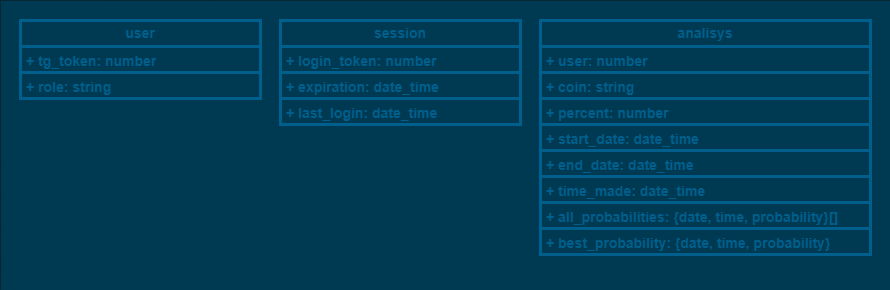
alarmichanin/crypto_analyzer keeps this draw.io diagram as diagrams/entity_diagram.png. Above is the earlier version. Source tidied: cells renumbered, new cells last; positions are measured from the earlier drawing's top-left corner, leaving out a move shared by most shapes.
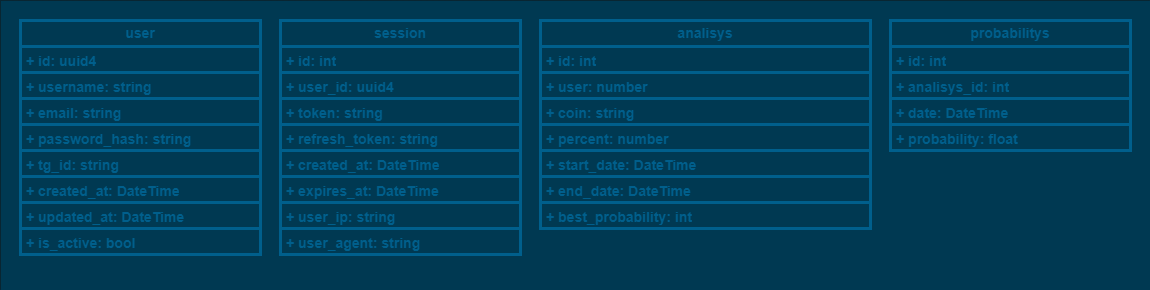
After the commit.

Change to the diagram source:
```diff
@@ -2,56 +2,101 @@
   <root>
     <mxCell id="0" />
     <mxCell id="1" parent="0" />
-    <mxCell id="2" style="rounded=0;whiteSpace=wrap;html=1;strokeColor=none;fillColor=light-dark(#000000,#003952);" parent="1" vertex="1">
-      <mxGeometry width="890" height="290" as="geometry" />
-    </mxCell>
+    <mxCell id="19" style="rounded=0;whiteSpace=wrap;html=1;strokeColor=none;fillColor=light-dark(#000000,#003952);" parent="1" vertex="1">
+      <mxGeometry width="1150" height="290" as="geometry" />
+    </mxCell>
     <mxCell id="3" value="user" style="swimlane;fontStyle=1;horizontal=1;startSize=26;fillColor=light-dark(#000000,#003952);whiteSpace=wrap;html=1;strokeWidth=3;strokeColor=light-dark(#000000,#005F8C);fontSize=14;fontColor=light-dark(#000000,#005F8C);" parent="1" vertex="1">
-      <mxGeometry x="20" y="20" width="240" height="78" as="geometry" />
+      <mxGeometry x="20" y="20" width="240" height="234" as="geometry" />
     </mxCell>
-    <mxCell id="4" value="&lt;div&gt;+ tg_token: number&lt;/div&gt;" style="text;strokeColor=light-dark(#000000,#005F8C);fillColor=light-dark(#000000,#003952);align=left;verticalAlign=top;spacingLeft=4;spacingRight=4;overflow=hidden;whiteSpace=wrap;html=1;strokeWidth=3;fontSize=14;fontStyle=1;fontColor=light-dark(#000000,#005F8C);" parent="3" vertex="1">
-      <mxGeometry y="26" width="240" height="26" as="geometry" />
-    </mxCell>
-    <mxCell id="5" value="+ role: string" style="text;strokeColor=light-dark(#000000,#005F8C);fillColor=light-dark(#000000,#003952);align=left;verticalAlign=top;spacingLeft=4;spacingRight=4;overflow=hidden;whiteSpace=wrap;html=1;strokeWidth=3;fontSize=14;fontStyle=1;fontColor=light-dark(#000000,#005F8C);" parent="3" vertex="1">
-      <mxGeometry y="52" width="240" height="26" as="geometry" />
-    </mxCell>
+    <mxCell id="20" value="&lt;div&gt;+ id: uuid4&lt;/div&gt;" style="text;strokeColor=light-dark(#000000,#005F8C);fillColor=light-dark(#000000,#003952);align=left;verticalAlign=top;spacingLeft=4;spacingRight=4;overflow=hidden;whiteSpace=wrap;html=1;strokeWidth=3;fontSize=14;fontStyle=1;fontColor=light-dark(#000000,#005F8C);" parent="3" vertex="1">
+      <mxGeometry y="26" width="240" height="26" as="geometry" />
+    </mxCell>
+    <mxCell id="21" value="&lt;div&gt;+ username: string&lt;/div&gt;" style="text;strokeColor=light-dark(#000000,#005F8C);fillColor=light-dark(#000000,#003952);align=left;verticalAlign=top;spacingLeft=4;spacingRight=4;overflow=hidden;whiteSpace=wrap;html=1;strokeWidth=3;fontSize=14;fontStyle=1;fontColor=light-dark(#000000,#005F8C);" parent="3" vertex="1">
+      <mxGeometry y="52" width="240" height="26" as="geometry" />
+    </mxCell>
+    <mxCell id="22" value="+ email: string" style="text;strokeColor=light-dark(#000000,#005F8C);fillColor=light-dark(#000000,#003952);align=left;verticalAlign=top;spacingLeft=4;spacingRight=4;overflow=hidden;whiteSpace=wrap;html=1;strokeWidth=3;fontSize=14;fontStyle=1;fontColor=light-dark(#000000,#005F8C);" parent="3" vertex="1">
+      <mxGeometry y="78" width="240" height="26" as="geometry" />
+    </mxCell>
+    <mxCell id="23" value="&lt;div&gt;+ password_hash: string&lt;/div&gt;" style="text;strokeColor=light-dark(#000000,#005F8C);fillColor=light-dark(#000000,#003952);align=left;verticalAlign=top;spacingLeft=4;spacingRight=4;overflow=hidden;whiteSpace=wrap;html=1;strokeWidth=3;fontSize=14;fontStyle=1;fontColor=light-dark(#000000,#005F8C);" parent="3" vertex="1">
+      <mxGeometry y="104" width="240" height="26" as="geometry" />
+    </mxCell>
+    <mxCell id="24" value="&lt;div&gt;+ tg_id: string&lt;/div&gt;" style="text;strokeColor=light-dark(#000000,#005F8C);fillColor=light-dark(#000000,#003952);align=left;verticalAlign=top;spacingLeft=4;spacingRight=4;overflow=hidden;whiteSpace=wrap;html=1;strokeWidth=3;fontSize=14;fontStyle=1;fontColor=light-dark(#000000,#005F8C);" parent="3" vertex="1">
+      <mxGeometry y="130" width="240" height="26" as="geometry" />
+    </mxCell>
+    <mxCell id="25" value="&lt;div&gt;+ created_at: DateTime&lt;/div&gt;" style="text;strokeColor=light-dark(#000000,#005F8C);fillColor=light-dark(#000000,#003952);align=left;verticalAlign=top;spacingLeft=4;spacingRight=4;overflow=hidden;whiteSpace=wrap;html=1;strokeWidth=3;fontSize=14;fontStyle=1;fontColor=light-dark(#000000,#005F8C);" parent="3" vertex="1">
+      <mxGeometry y="156" width="240" height="26" as="geometry" />
+    </mxCell>
+    <mxCell id="26" value="&lt;div&gt;+ updated_at: DateTime&lt;/div&gt;" style="text;strokeColor=light-dark(#000000,#005F8C);fillColor=light-dark(#000000,#003952);align=left;verticalAlign=top;spacingLeft=4;spacingRight=4;overflow=hidden;whiteSpace=wrap;html=1;strokeWidth=3;fontSize=14;fontStyle=1;fontColor=light-dark(#000000,#005F8C);" parent="3" vertex="1">
+      <mxGeometry y="182" width="240" height="26" as="geometry" />
+    </mxCell>
+    <mxCell id="27" value="&lt;div&gt;+ is_active: bool&lt;/div&gt;" style="text;strokeColor=light-dark(#000000,#005F8C);fillColor=light-dark(#000000,#003952);align=left;verticalAlign=top;spacingLeft=4;spacingRight=4;overflow=hidden;whiteSpace=wrap;html=1;strokeWidth=3;fontSize=14;fontStyle=1;fontColor=light-dark(#000000,#005F8C);" parent="3" vertex="1">
+      <mxGeometry y="208" width="240" height="26" as="geometry" />
+    </mxCell>
     <mxCell id="6" value="session" style="swimlane;fontStyle=1;horizontal=1;startSize=26;fillColor=light-dark(#000000,#003952);whiteSpace=wrap;html=1;strokeWidth=3;strokeColor=light-dark(#000000,#005F8C);fontSize=14;fontColor=light-dark(#000000,#005F8C);" parent="1" vertex="1">
-      <mxGeometry x="280" y="20" width="240" height="104" as="geometry" />
+      <mxGeometry x="280" y="20" width="240" height="234" as="geometry" />
     </mxCell>
-    <mxCell id="7" value="&lt;div&gt;+ login_token: number&lt;/div&gt;" style="text;strokeColor=light-dark(#000000,#005F8C);fillColor=light-dark(#000000,#003952);align=left;verticalAlign=top;spacingLeft=4;spacingRight=4;overflow=hidden;whiteSpace=wrap;html=1;strokeWidth=3;fontSize=14;fontStyle=1;fontColor=light-dark(#000000,#005F8C);" parent="6" vertex="1">
-      <mxGeometry y="26" width="240" height="26" as="geometry" />
-    </mxCell>
-    <mxCell id="8" value="+ expiration: date_time" style="text;strokeColor=light-dark(#000000,#005F8C);fillColor=light-dark(#000000,#003952);align=left;verticalAlign=top;spacingLeft=4;spacingRight=4;overflow=hidden;whiteSpace=wrap;html=1;strokeWidth=3;fontSize=14;fontStyle=1;fontColor=light-dark(#000000,#005F8C);" parent="6" vertex="1">
-      <mxGeometry y="52" width="240" height="26" as="geometry" />
-    </mxCell>
-    <mxCell id="9" value="+ last_login: date_time" style="text;strokeColor=light-dark(#000000,#005F8C);fillColor=light-dark(#000000,#003952);align=left;verticalAlign=top;spacingLeft=4;spacingRight=4;overflow=hidden;whiteSpace=wrap;html=1;strokeWidth=3;fontSize=14;fontStyle=1;fontColor=light-dark(#000000,#005F8C);" parent="6" vertex="1">
-      <mxGeometry y="78" width="240" height="26" as="geometry" />
-    </mxCell>
+    <mxCell id="28" value="&lt;div&gt;+ id: int&lt;/div&gt;" style="text;strokeColor=light-dark(#000000,#005F8C);fillColor=light-dark(#000000,#003952);align=left;verticalAlign=top;spacingLeft=4;spacingRight=4;overflow=hidden;whiteSpace=wrap;html=1;strokeWidth=3;fontSize=14;fontStyle=1;fontColor=light-dark(#000000,#005F8C);" parent="6" vertex="1">
+      <mxGeometry y="26" width="240" height="26" as="geometry" />
+    </mxCell>
+    <mxCell id="29" value="+ user_id: uuid4" style="text;strokeColor=light-dark(#000000,#005F8C);fillColor=light-dark(#000000,#003952);align=left;verticalAlign=top;spacingLeft=4;spacingRight=4;overflow=hidden;whiteSpace=wrap;html=1;strokeWidth=3;fontSize=14;fontStyle=1;fontColor=light-dark(#000000,#005F8C);" parent="6" vertex="1">
+      <mxGeometry y="52" width="240" height="26" as="geometry" />
+    </mxCell>
+    <mxCell id="30" value="+ token: string" style="text;strokeColor=light-dark(#000000,#005F8C);fillColor=light-dark(#000000,#003952);align=left;verticalAlign=top;spacingLeft=4;spacingRight=4;overflow=hidden;whiteSpace=wrap;html=1;strokeWidth=3;fontSize=14;fontStyle=1;fontColor=light-dark(#000000,#005F8C);" parent="6" vertex="1">
+      <mxGeometry y="78" width="240" height="26" as="geometry" />
+    </mxCell>
+    <mxCell id="31" value="+&amp;nbsp;&lt;span style=&quot;white-space-collapse: preserve; background-color: transparent; color: light-dark(rgb(0, 0, 0), rgb(0, 95, 140));&quot;&gt;refresh_token&lt;/span&gt;&lt;span style=&quot;background-color: transparent; color: light-dark(rgb(0, 0, 0), rgb(0, 95, 140));&quot;&gt;: string&lt;/span&gt;" style="text;strokeColor=light-dark(#000000,#005F8C);fillColor=light-dark(#000000,#003952);align=left;verticalAlign=top;spacingLeft=4;spacingRight=4;overflow=hidden;whiteSpace=wrap;html=1;strokeWidth=3;fontSize=14;fontStyle=1;fontColor=light-dark(#000000,#005F8C);" parent="6" vertex="1">
+      <mxGeometry y="104" width="240" height="26" as="geometry" />
+    </mxCell>
+    <mxCell id="32" value="+&amp;nbsp;&lt;span style=&quot;white-space-collapse: preserve; background-color: transparent; color: light-dark(rgb(0, 0, 0), rgb(0, 95, 140));&quot;&gt;created_at&lt;/span&gt;&lt;span style=&quot;background-color: transparent; color: light-dark(rgb(0, 0, 0), rgb(0, 95, 140));&quot;&gt;: DateTime&lt;/span&gt;" style="text;strokeColor=light-dark(#000000,#005F8C);fillColor=light-dark(#000000,#003952);align=left;verticalAlign=top;spacingLeft=4;spacingRight=4;overflow=hidden;whiteSpace=wrap;html=1;strokeWidth=3;fontSize=14;fontStyle=1;fontColor=light-dark(#000000,#005F8C);" parent="6" vertex="1">
+      <mxGeometry y="130" width="240" height="26" as="geometry" />
+    </mxCell>
+    <mxCell id="33" value="+&amp;nbsp;&lt;span style=&quot;white-space-collapse: preserve; background-color: transparent; color: light-dark(rgb(0, 0, 0), rgb(0, 95, 140));&quot;&gt;expires_at&lt;/span&gt;&lt;span style=&quot;background-color: transparent; color: light-dark(rgb(0, 0, 0), rgb(0, 95, 140));&quot;&gt;: DateTime&lt;/span&gt;" style="text;strokeColor=light-dark(#000000,#005F8C);fillColor=light-dark(#000000,#003952);align=left;verticalAlign=top;spacingLeft=4;spacingRight=4;overflow=hidden;whiteSpace=wrap;html=1;strokeWidth=3;fontSize=14;fontStyle=1;fontColor=light-dark(#000000,#005F8C);" parent="6" vertex="1">
+      <mxGeometry y="156" width="240" height="26" as="geometry" />
+    </mxCell>
+    <mxCell id="34" value="+ user_ip: string" style="text;strokeColor=light-dark(#000000,#005F8C);fillColor=light-dark(#000000,#003952);align=left;verticalAlign=top;spacingLeft=4;spacingRight=4;overflow=hidden;whiteSpace=wrap;html=1;strokeWidth=3;fontSize=14;fontStyle=1;fontColor=light-dark(#000000,#005F8C);" parent="6" vertex="1">
+      <mxGeometry y="182" width="240" height="26" as="geometry" />
+    </mxCell>
+    <mxCell id="35" value="+ user_agent: string" style="text;strokeColor=light-dark(#000000,#005F8C);fillColor=light-dark(#000000,#003952);align=left;verticalAlign=top;spacingLeft=4;spacingRight=4;overflow=hidden;whiteSpace=wrap;html=1;strokeWidth=3;fontSize=14;fontStyle=1;fontColor=light-dark(#000000,#005F8C);" parent="6" vertex="1">
+      <mxGeometry y="208" width="240" height="26" as="geometry" />
+    </mxCell>
     <mxCell id="10" value="analisys" style="swimlane;fontStyle=1;horizontal=1;startSize=26;fillColor=light-dark(#000000,#003952);whiteSpace=wrap;html=1;strokeWidth=3;strokeColor=light-dark(#000000,#005F8C);fontSize=14;fontColor=light-dark(#000000,#005F8C);" parent="1" vertex="1">
-      <mxGeometry x="540" y="20" width="330" height="234" as="geometry" />
+      <mxGeometry x="540" y="20" width="330" height="208" as="geometry" />
     </mxCell>
+    <mxCell id="36" value="&lt;div&gt;+ id: int&lt;/div&gt;" style="text;strokeColor=light-dark(#000000,#005F8C);fillColor=light-dark(#000000,#003952);align=left;verticalAlign=top;spacingLeft=4;spacingRight=4;overflow=hidden;whiteSpace=wrap;html=1;strokeWidth=3;fontSize=14;fontStyle=1;fontColor=light-dark(#000000,#005F8C);" parent="10" vertex="1">
+      <mxGeometry y="26" width="330" height="26" as="geometry" />
+    </mxCell>
     <mxCell id="11" value="&lt;div&gt;+ user: number&lt;/div&gt;" style="text;strokeColor=light-dark(#000000,#005F8C);fillColor=light-dark(#000000,#003952);align=left;verticalAlign=top;spacingLeft=4;spacingRight=4;overflow=hidden;whiteSpace=wrap;html=1;strokeWidth=3;fontSize=14;fontStyle=1;fontColor=light-dark(#000000,#005F8C);" parent="10" vertex="1">
-      <mxGeometry y="26" width="330" height="26" as="geometry" />
+      <mxGeometry y="52" width="330" height="26" as="geometry" />
     </mxCell>
     <mxCell id="12" value="+ coin: string" style="text;strokeColor=light-dark(#000000,#005F8C);fillColor=light-dark(#000000,#003952);align=left;verticalAlign=top;spacingLeft=4;spacingRight=4;overflow=hidden;whiteSpace=wrap;html=1;strokeWidth=3;fontSize=14;fontStyle=1;fontColor=light-dark(#000000,#005F8C);" parent="10" vertex="1">
-      <mxGeometry y="52" width="330" height="26" as="geometry" />
+      <mxGeometry y="78" width="330" height="26" as="geometry" />
     </mxCell>
     <mxCell id="13" value="+ percent: number" style="text;strokeColor=light-dark(#000000,#005F8C);fillColor=light-dark(#000000,#003952);align=left;verticalAlign=top;spacingLeft=4;spacingRight=4;overflow=hidden;whiteSpace=wrap;html=1;strokeWidth=3;fontSize=14;fontStyle=1;fontColor=light-dark(#000000,#005F8C);" parent="10" vertex="1">
-      <mxGeometry y="78" width="330" height="26" as="geometry" />
+      <mxGeometry y="104" width="330" height="26" as="geometry" />
     </mxCell>
-    <mxCell id="14" value="+ start_date: date_time" style="text;strokeColor=light-dark(#000000,#005F8C);fillColor=light-dark(#000000,#003952);align=left;verticalAlign=top;spacingLeft=4;spacingRight=4;overflow=hidden;whiteSpace=wrap;html=1;strokeWidth=3;fontSize=14;fontStyle=1;fontColor=light-dark(#000000,#005F8C);" parent="10" vertex="1">
-      <mxGeometry y="104" width="330" height="26" as="geometry" />
-    </mxCell>
-    <mxCell id="15" value="+ end_date: date_time" style="text;strokeColor=light-dark(#000000,#005F8C);fillColor=light-dark(#000000,#003952);align=left;verticalAlign=top;spacingLeft=4;spacingRight=4;overflow=hidden;whiteSpace=wrap;html=1;strokeWidth=3;fontSize=14;fontStyle=1;fontColor=light-dark(#000000,#005F8C);" parent="10" vertex="1">
-      <mxGeometry y="130" width="330" height="26" as="geometry" />
-    </mxCell>
-    <mxCell id="16" value="+ time_made: date_time" style="text;strokeColor=light-dark(#000000,#005F8C);fillColor=light-dark(#000000,#003952);align=left;verticalAlign=top;spacingLeft=4;spacingRight=4;overflow=hidden;whiteSpace=wrap;html=1;strokeWidth=3;fontSize=14;fontStyle=1;fontColor=light-dark(#000000,#005F8C);" parent="10" vertex="1">
-      <mxGeometry y="156" width="330" height="26" as="geometry" />
-    </mxCell>
-    <mxCell id="17" value="+ all_probabilities: {date, time, probability}[]" style="text;strokeColor=light-dark(#000000,#005F8C);fillColor=light-dark(#000000,#003952);align=left;verticalAlign=top;spacingLeft=4;spacingRight=4;overflow=hidden;whiteSpace=wrap;html=1;strokeWidth=3;fontSize=14;fontStyle=1;fontColor=light-dark(#000000,#005F8C);" parent="10" vertex="1">
-      <mxGeometry y="182" width="330" height="26" as="geometry" />
-    </mxCell>
-    <mxCell id="18" value="+ best_probability: {date, time, probability}" style="text;strokeColor=light-dark(#000000,#005F8C);fillColor=light-dark(#000000,#003952);align=left;verticalAlign=top;spacingLeft=4;spacingRight=4;overflow=hidden;whiteSpace=wrap;html=1;strokeWidth=3;fontSize=14;fontStyle=1;fontColor=light-dark(#000000,#005F8C);" parent="10" vertex="1">
-      <mxGeometry y="208" width="330" height="26" as="geometry" />
-    </mxCell>
+    <mxCell id="37" value="+ start_date: DateTime" style="text;strokeColor=light-dark(#000000,#005F8C);fillColor=light-dark(#000000,#003952);align=left;verticalAlign=top;spacingLeft=4;spacingRight=4;overflow=hidden;whiteSpace=wrap;html=1;strokeWidth=3;fontSize=14;fontStyle=1;fontColor=light-dark(#000000,#005F8C);" parent="10" vertex="1">
+      <mxGeometry y="130" width="330" height="26" as="geometry" />
+    </mxCell>
+    <mxCell id="38" value="+ end_date: DateTime" style="text;strokeColor=light-dark(#000000,#005F8C);fillColor=light-dark(#000000,#003952);align=left;verticalAlign=top;spacingLeft=4;spacingRight=4;overflow=hidden;whiteSpace=wrap;html=1;strokeWidth=3;fontSize=14;fontStyle=1;fontColor=light-dark(#000000,#005F8C);" parent="10" vertex="1">
+      <mxGeometry y="156" width="330" height="26" as="geometry" />
+    </mxCell>
+    <mxCell id="39" value="+ best_probability: int" style="text;strokeColor=light-dark(#000000,#005F8C);fillColor=light-dark(#000000,#003952);align=left;verticalAlign=top;spacingLeft=4;spacingRight=4;overflow=hidden;whiteSpace=wrap;html=1;strokeWidth=3;fontSize=14;fontStyle=1;fontColor=light-dark(#000000,#005F8C);" parent="10" vertex="1">
+      <mxGeometry y="182" width="330" height="26" as="geometry" />
+    </mxCell>
+    <mxCell id="40" value="probabilitys" style="swimlane;fontStyle=1;horizontal=1;startSize=26;fillColor=light-dark(#000000,#003952);whiteSpace=wrap;html=1;strokeWidth=3;strokeColor=light-dark(#000000,#005F8C);fontSize=14;fontColor=light-dark(#000000,#005F8C);" parent="1" vertex="1">
+      <mxGeometry x="890" y="20" width="240" height="130" as="geometry" />
+    </mxCell>
+    <mxCell id="41" value="&lt;div&gt;+ id: int&lt;/div&gt;" style="text;strokeColor=light-dark(#000000,#005F8C);fillColor=light-dark(#000000,#003952);align=left;verticalAlign=top;spacingLeft=4;spacingRight=4;overflow=hidden;whiteSpace=wrap;html=1;strokeWidth=3;fontSize=14;fontStyle=1;fontColor=light-dark(#000000,#005F8C);" parent="40" vertex="1">
+      <mxGeometry y="26" width="240" height="26" as="geometry" />
+    </mxCell>
+    <mxCell id="42" value="+ analisys_id: int" style="text;strokeColor=light-dark(#000000,#005F8C);fillColor=light-dark(#000000,#003952);align=left;verticalAlign=top;spacingLeft=4;spacingRight=4;overflow=hidden;whiteSpace=wrap;html=1;strokeWidth=3;fontSize=14;fontStyle=1;fontColor=light-dark(#000000,#005F8C);" parent="40" vertex="1">
+      <mxGeometry y="52" width="240" height="26" as="geometry" />
+    </mxCell>
+    <mxCell id="43" value="+ date: DateTime" style="text;strokeColor=light-dark(#000000,#005F8C);fillColor=light-dark(#000000,#003952);align=left;verticalAlign=top;spacingLeft=4;spacingRight=4;overflow=hidden;whiteSpace=wrap;html=1;strokeWidth=3;fontSize=14;fontStyle=1;fontColor=light-dark(#000000,#005F8C);" parent="40" vertex="1">
+      <mxGeometry y="78" width="240" height="26" as="geometry" />
+    </mxCell>
+    <mxCell id="44" value="+&amp;nbsp;&lt;span style=&quot;white-space-collapse: preserve; background-color: transparent; color: light-dark(rgb(0, 0, 0), rgb(0, 95, 140));&quot;&gt;probability&lt;/span&gt;&lt;span style=&quot;background-color: transparent; color: light-dark(rgb(0, 0, 0), rgb(0, 95, 140));&quot;&gt;: float&lt;/span&gt;" style="text;strokeColor=light-dark(#000000,#005F8C);fillColor=light-dark(#000000,#003952);align=left;verticalAlign=top;spacingLeft=4;spacingRight=4;overflow=hidden;whiteSpace=wrap;html=1;strokeWidth=3;fontSize=14;fontStyle=1;fontColor=light-dark(#000000,#005F8C);" parent="40" vertex="1">
+      <mxGeometry y="104" width="240" height="26" as="geometry" />
+    </mxCell>
   </root>
 </mxGraphModel>
```
